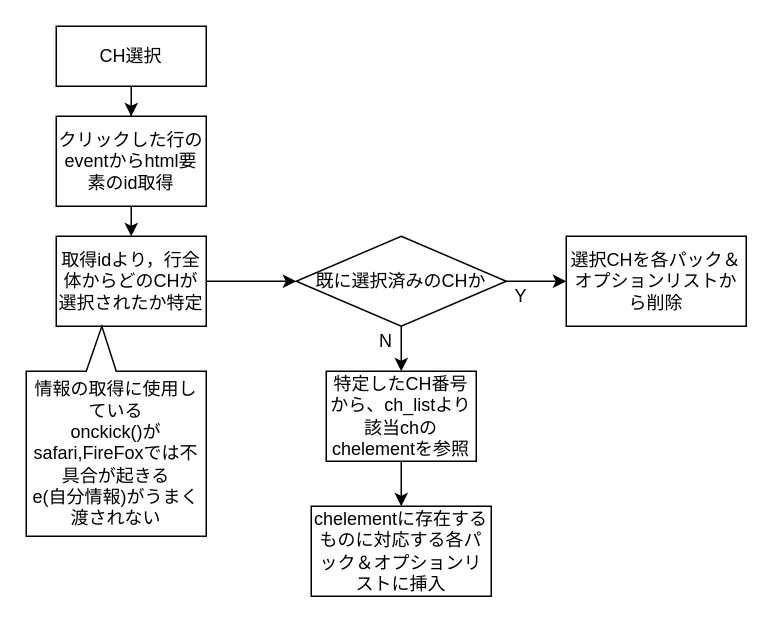
consomme67/Develop keeps this draw.io diagram as Untitled Diagram.drawio. Above is the earlier version. Source tidied: cells renumbered, new cells numbered last; positions are measured from the earlier drawing's top-left corner, leaving out a move shared by most shapes. Both pictures are drawn from the tidied source at 150%, with x=0, y=0 at pixel (26, 26).
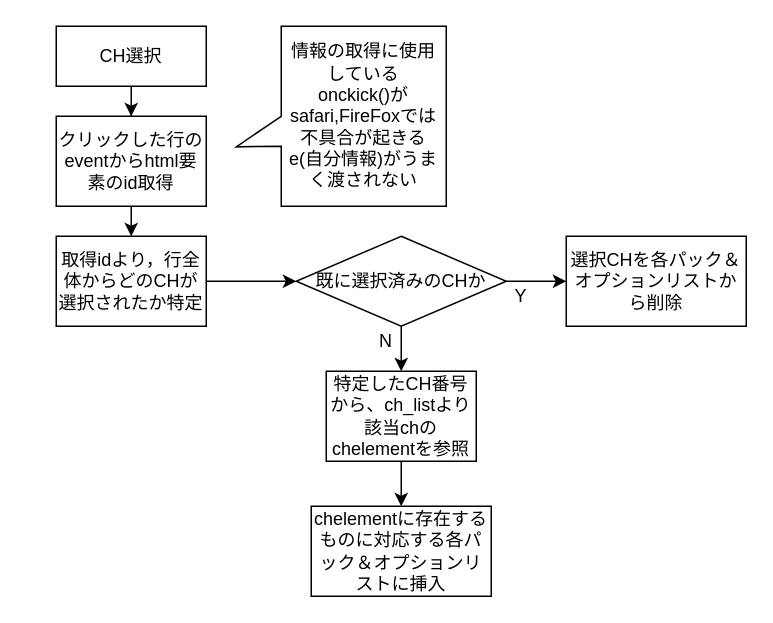
After the change.

What changed in the source:
```diff
@@
 <mxGraphModel>
   <root>
     <mxCell id="0" />
     <mxCell id="1" parent="0" />
     <mxCell id="2" style="edgeStyle=orthogonalEdgeStyle;rounded=0;jettySize=auto;html=1;exitX=0.5;exitY=1;exitDx=0;exitDy=0;" parent="1" edge="1" source="3" target="5">
       <mxGeometry relative="1" as="geometry" />
     </mxCell>
     <mxCell id="3" value="CH選択" style="rounded=0;whiteSpace=wrap;html=1;" parent="1" vertex="1">
       <mxGeometry x="20" width="100" height="40" as="geometry" />
     </mxCell>
     <mxCell id="4" style="edgeStyle=orthogonalEdgeStyle;rounded=0;jettySize=auto;html=1;exitX=0.5;exitY=1;exitDx=0;exitDy=0;entryX=0.5;entryY=0;entryDx=0;entryDy=0;" parent="1" edge="1" source="5" target="7">
       <mxGeometry relative="1" as="geometry" />
     </mxCell>
     <mxCell id="5" value="クリックした行のeventからhtml要素のid取得" style="rounded=0;whiteSpace=wrap;html=1;" parent="1" vertex="1">
       <mxGeometry x="20" y="60" width="100" height="60" as="geometry" />
     </mxCell>
     <mxCell id="6" style="edgeStyle=orthogonalEdgeStyle;rounded=0;jettySize=auto;html=1;exitX=1;exitY=0.5;exitDx=0;exitDy=0;entryX=0;entryY=0.5;entryDx=0;entryDy=0;" parent="1" edge="1" source="7" target="13">
       <mxGeometry relative="1" as="geometry" />
     </mxCell>
     <mxCell id="7" value="取得idより，行全体からどのCHが選択されたか特定" style="rounded=0;whiteSpace=wrap;html=1;" parent="1" vertex="1">
       <mxGeometry x="20" y="140" width="100" height="60" as="geometry" />
     </mxCell>
     <mxCell id="8" style="edgeStyle=orthogonalEdgeStyle;rounded=0;jettySize=auto;html=1;" parent="1" edge="1" source="9" target="10">
       <mxGeometry relative="1" as="geometry" />
     </mxCell>
     <mxCell id="9" value="特定したCH番号から、ch_listより該当chのchelementを参照" style="rounded=0;whiteSpace=wrap;html=1;" parent="1" vertex="1">
       <mxGeometry x="200" y="230" width="100" height="60" as="geometry" />
     </mxCell>
     <mxCell id="10" value="chelementに存在するものに対応する各パック＆オプションリストに挿入" style="rounded=0;whiteSpace=wrap;html=1;" parent="1" vertex="1">
       <mxGeometry x="190" y="320" width="120" height="60" as="geometry" />
     </mxCell>
     <mxCell id="11" style="edgeStyle=orthogonalEdgeStyle;rounded=0;jettySize=auto;html=1;" parent="1" edge="1" source="13" target="9">
       <mxGeometry relative="1" as="geometry" />
     </mxCell>
     <mxCell id="12" style="edgeStyle=orthogonalEdgeStyle;rounded=0;jettySize=auto;html=1;" parent="1" edge="1" source="13" target="14">
       <mxGeometry relative="1" as="geometry" />
     </mxCell>
     <mxCell id="13" value="既に選択済みのCHか" style="rhombus;whiteSpace=wrap;html=1;" parent="1" vertex="1">
       <mxGeometry x="180" y="140" width="140" height="60" as="geometry" />
     </mxCell>
     <mxCell id="14" value="選択CHを各パック＆オプションリストから削除" style="rounded=0;whiteSpace=wrap;html=1;" parent="1" vertex="1">
       <mxGeometry x="360" y="140" width="120" height="60" as="geometry" />
     </mxCell>
     <mxCell id="15" value="Y" style="text;html=1;strokeColor=none;fillColor=none;align=center;verticalAlign=middle;whiteSpace=wrap;rounded=0;" parent="1" vertex="1">
       <mxGeometry x="310" y="170" width="40" height="20" as="geometry" />
     </mxCell>
     <mxCell id="16" value="N" style="text;html=1;strokeColor=none;fillColor=none;align=center;verticalAlign=middle;whiteSpace=wrap;rounded=0;" parent="1" vertex="1">
       <mxGeometry x="220" y="200" width="40" height="20" as="geometry" />
     </mxCell>
-    <mxCell id="17" value="情報の取得に使用している&lt;br&gt;onckick()がsafari,FireFoxでは不具合が起きる&lt;br&gt;e(自分情報)がうまく渡されない" style="shape=callout;whiteSpace=wrap;html=1;perimeter=calloutPerimeter;position2=0.58;rotation=0;base=20;spacing=3;verticalAlign=middle;rounded=0;direction=west;" parent="1" vertex="1">
-      <mxGeometry y="200" width="120" height="140" as="geometry" />
+    <mxCell id="17" value="情報の取得に使用している&lt;br&gt;onckick()がsafari,FireFoxでは不具合が起きる&lt;br&gt;e(自分情報)がうまく渡されない" style="shape=callout;whiteSpace=wrap;html=1;perimeter=calloutPerimeter;position2=0.67;rotation=0;base=20;spacing=3;verticalAlign=middle;rounded=0;direction=south;" parent="1" vertex="1">
+      <mxGeometry x="140" width="140" height="120" as="geometry" />
     </mxCell>
   </root>
 </mxGraphModel>
```
